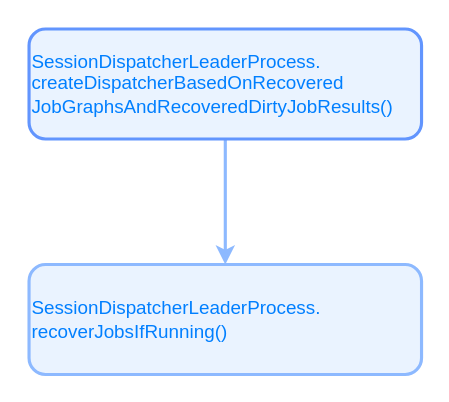
Before: 未命名绘图.drawio in 2pc/mydrawio, a draw.io diagram. Source tidied: cells renumbered, new cells numbered last; positions are measured from the earlier drawing's top-left corner, leaving out a move shared by most shapes. Both pictures are drawn from the tidied source at 157%, with x=0, y=0 at pixel (28, 28).
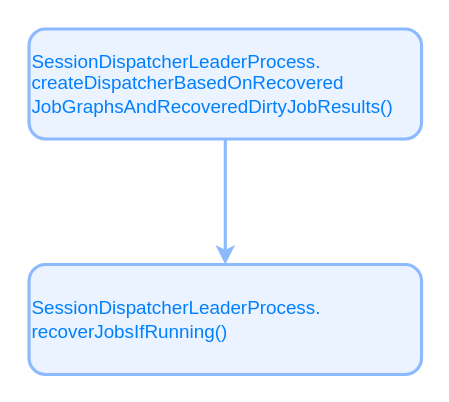
The same diagram, later.

Commit message:
更新未命名绘图.drawio

Diff of the diagram source:
```diff
@@
 <mxGraphModel>
   <root>
     <mxCell id="0" />
     <mxCell id="1" parent="0" />
     <mxCell id="2" style="edgeStyle=orthogonalEdgeStyle;rounded=0;jettySize=auto;html=1;fontColor=#007FFF;strokeColor=#8DB9FF;strokeWidth=2;" parent="1" edge="1" source="3" target="4">
       <mxGeometry relative="1" as="geometry" />
     </mxCell>
-    <mxCell id="3" value="&lt;font color=&quot;#007fff&quot;&gt;SessionDispatcherLeaderProcess.&lt;br&gt;createDispatcherBasedOnRecovered&lt;br&gt;JobGraphsAndRecoveredDirtyJobResults()&lt;/font&gt;" style="rounded=1;whiteSpace=wrap;html=1;align=left;fillColor=#EAF3FF;strokeColor=#6295FE;strokeWidth=2;" parent="1" vertex="1">
+    <mxCell id="3" value="&lt;font color=&quot;#007fff&quot;&gt;SessionDispatcherLeaderProcess.&lt;br&gt;createDispatcherBasedOnRecovered&lt;br&gt;JobGraphsAndRecoveredDirtyJobResults()&lt;/font&gt;" style="rounded=1;whiteSpace=wrap;html=1;align=left;fillColor=#EAF3FF;strokeColor=#8DB9FF;strokeWidth=2;" parent="1" vertex="1">
       <mxGeometry width="250" height="70" as="geometry" />
     </mxCell>
     <mxCell id="4" value="&lt;font color=&quot;#007fff&quot;&gt;SessionDispatcherLeaderProcess.&lt;br&gt;recoverJobsIfRunning()&lt;br&gt;&lt;/font&gt;" style="rounded=1;whiteSpace=wrap;html=1;align=left;fillColor=#EAF3FF;strokeColor=#8DB9FF;strokeWidth=2;" parent="1" vertex="1">
       <mxGeometry y="150" width="250" height="70" as="geometry" />
     </mxCell>
   </root>
 </mxGraphModel>
```
